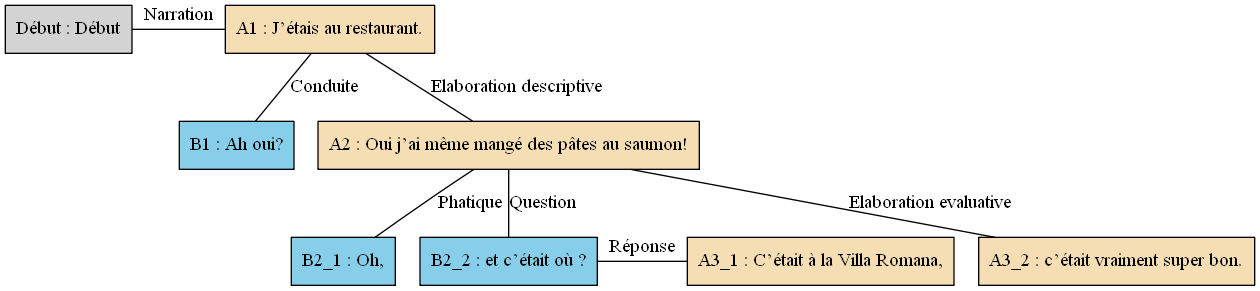
This is arbres/Bac_a_sable/Bac_a_sable_-_C05.gv.png from AlaixComet/AnnotationSlamPTut, a Graphviz export, as it was before one commit. Its source is kept beside it as arbres/Bac_a_sable/Bac_a_sable_-_C05.gv.
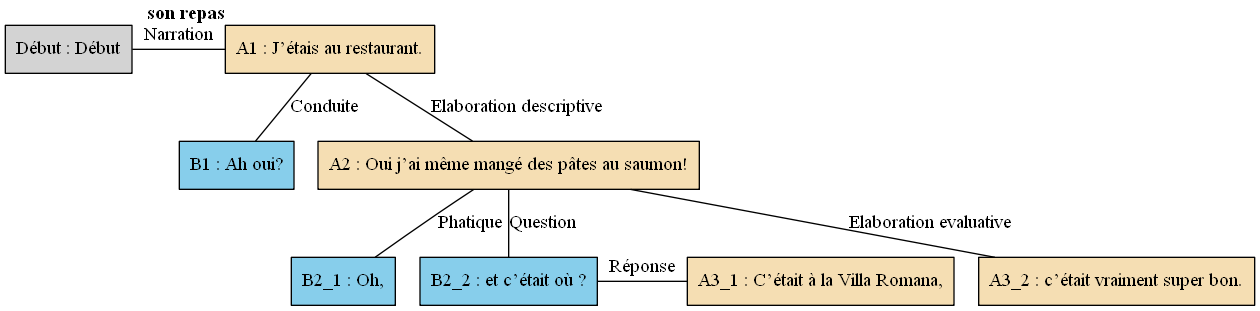
The same file after the commit.

Change to the diagram source:
```diff
@@ -1,13 +1,13 @@
 digraph C05 {
 	node [shape=box style=filled]
-	"Début" [label="Début : Début"]
-	A1 [label="A1 : J’étais au restaurant." fillcolor=wheat]
-	B1 [label="B1 : Ah oui?" fillcolor=skyblue]
-	A2 [label="A2 : Oui j’ai même mangé des pâtes au saumon!" fillcolor=wheat]
-	B2_1 [label="B2_1 : Oh," fillcolor=skyblue]
-	B2_2 [label="B2_2 : et c’était où ?" fillcolor=skyblue]
-	A3_1 [label="A3_1 : C’était à la Villa Romana," fillcolor=wheat]
-	A3_2 [label="A3_2 : c’était vraiment super bon." fillcolor=wheat]
+	"Début" [label="Début : Début" xlabel=""]
+	A1 [label="A1 : J’étais au restaurant." fillcolor=wheat xlabel=<<B>son repas</B>>]
+	B1 [label="B1 : Ah oui?" fillcolor=skyblue xlabel=""]
+	A2 [label="A2 : Oui j’ai même mangé des pâtes au saumon!" fillcolor=wheat xlabel=""]
+	B2_1 [label="B2_1 : Oh," fillcolor=skyblue xlabel=""]
+	B2_2 [label="B2_2 : et c’était où ?" fillcolor=skyblue xlabel=""]
+	A3_1 [label="A3_1 : C’était à la Villa Romana," fillcolor=wheat xlabel=""]
+	A3_2 [label="A3_2 : c’était vraiment super bon." fillcolor=wheat xlabel=""]
 	{
 		rank=same
 		"Début"
```
